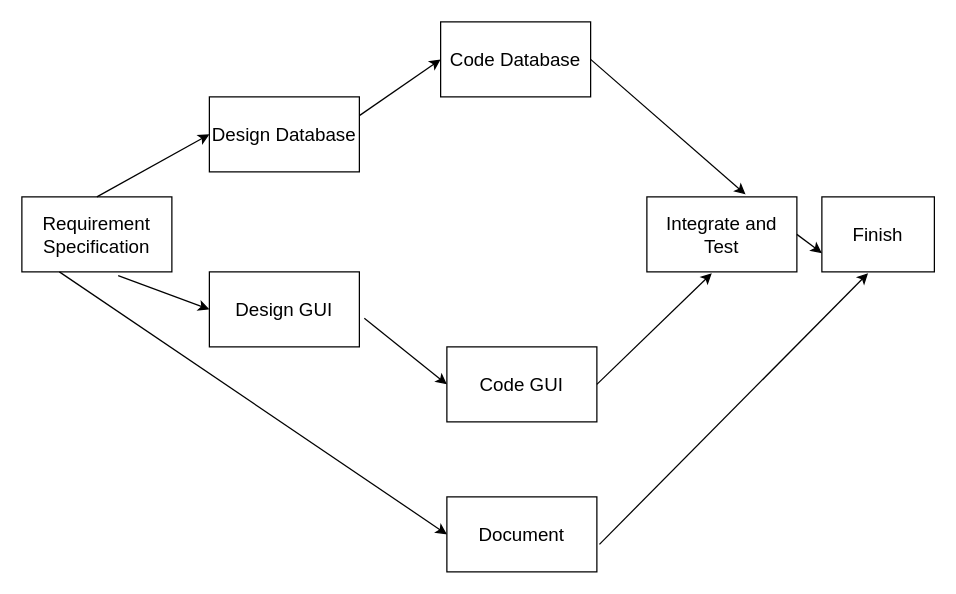
The draw.io diagram diagrams/ActivityDiagram.drawio in O-alpha/SE-LAB, before the edit. Source tidied: cells renumbered, new cells numbered last; positions are measured from the earlier drawing's top-left corner, leaving out a move shared by most shapes. Both pictures are drawn from the tidied source at 125%, with x=0, y=0 at pixel (21, 21).
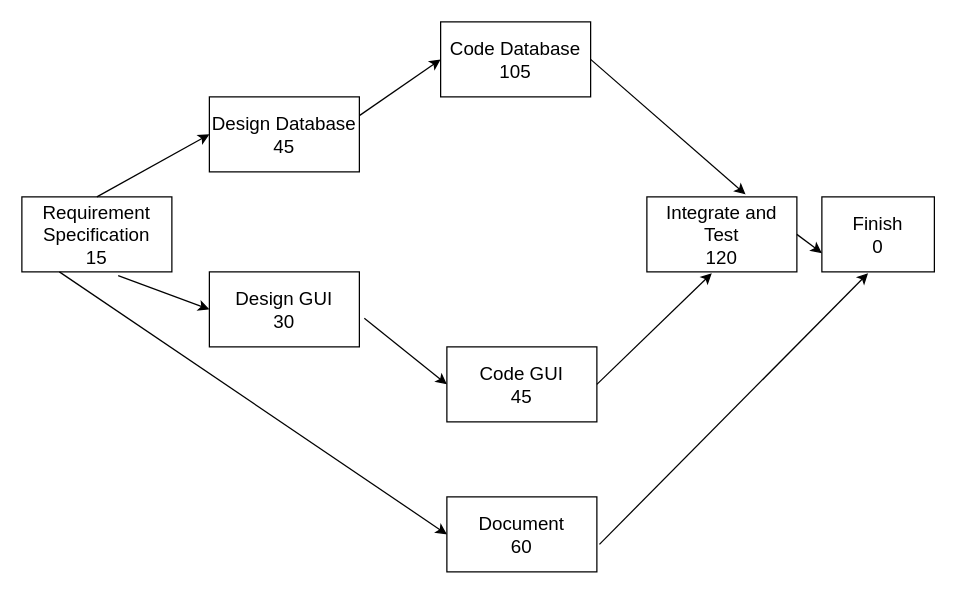
After the change.

What changed in the source:
```diff
@@
 <mxGraphModel>
   <root>
     <mxCell id="0" />
     <mxCell id="1" parent="0" />
-    <mxCell id="2" value="&lt;font style=&quot;font-size: 15px;&quot;&gt;Requirement Specification&lt;/font&gt;" style="rounded=0;whiteSpace=wrap;html=1;" parent="1" vertex="1">
+    <mxCell id="2" value="&lt;div&gt;&lt;font style=&quot;font-size: 15px;&quot;&gt;Requirement Specification&lt;/font&gt;&lt;/div&gt;&lt;div&gt;&lt;font style=&quot;font-size: 15px;&quot;&gt;15&lt;br&gt;&lt;/font&gt;&lt;/div&gt;" style="rounded=0;whiteSpace=wrap;html=1;" parent="1" vertex="1">
       <mxGeometry y="140" width="120" height="60" as="geometry" />
     </mxCell>
-    <mxCell id="3" value="Design Database" style="rounded=0;whiteSpace=wrap;html=1;fontSize=15;" parent="1" vertex="1">
+    <mxCell id="3" value="&lt;div&gt;Design Database&lt;/div&gt;&lt;div&gt;45&lt;br&gt;&lt;/div&gt;" style="rounded=0;whiteSpace=wrap;html=1;fontSize=15;" parent="1" vertex="1">
       <mxGeometry x="150" y="60" width="120" height="60" as="geometry" />
     </mxCell>
-    <mxCell id="4" value="Code Database" style="rounded=0;whiteSpace=wrap;html=1;fontSize=15;" parent="1" vertex="1">
+    <mxCell id="4" value="&lt;div&gt;Code Database&lt;/div&gt;&lt;div&gt;105&lt;br&gt;&lt;/div&gt;" style="rounded=0;whiteSpace=wrap;html=1;fontSize=15;" parent="1" vertex="1">
       <mxGeometry x="335" width="120" height="60" as="geometry" />
     </mxCell>
-    <mxCell id="5" value="Design GUI" style="rounded=0;whiteSpace=wrap;html=1;fontSize=15;" parent="1" vertex="1">
+    <mxCell id="5" value="&lt;div&gt;Design GUI&lt;/div&gt;&lt;div&gt;30&lt;br&gt;&lt;/div&gt;" style="rounded=0;whiteSpace=wrap;html=1;fontSize=15;" parent="1" vertex="1">
       <mxGeometry x="150" y="200" width="120" height="60" as="geometry" />
     </mxCell>
-    <mxCell id="6" value="Code GUI" style="rounded=0;whiteSpace=wrap;html=1;fontSize=15;" parent="1" vertex="1">
+    <mxCell id="6" value="&lt;div&gt;Code GUI&lt;/div&gt;&lt;div&gt;45&lt;br&gt;&lt;/div&gt;" style="rounded=0;whiteSpace=wrap;html=1;fontSize=15;" parent="1" vertex="1">
       <mxGeometry x="340" y="260" width="120" height="60" as="geometry" />
     </mxCell>
-    <mxCell id="7" value="&lt;div&gt;Integrate and&lt;/div&gt;&lt;div&gt;Test&lt;br&gt;&lt;/div&gt;" style="rounded=0;whiteSpace=wrap;html=1;fontSize=15;" parent="1" vertex="1">
+    <mxCell id="7" value="&lt;div&gt;Integrate and&lt;/div&gt;&lt;div&gt;Test&lt;/div&gt;&lt;div&gt;120&lt;br&gt;&lt;/div&gt;" style="rounded=0;whiteSpace=wrap;html=1;fontSize=15;" parent="1" vertex="1">
       <mxGeometry x="500" y="140" width="120" height="60" as="geometry" />
     </mxCell>
-    <mxCell id="8" value="Document" style="rounded=0;whiteSpace=wrap;html=1;fontSize=15;" parent="1" vertex="1">
+    <mxCell id="8" value="&lt;div&gt;Document&lt;/div&gt;&lt;div&gt;60&lt;br&gt;&lt;/div&gt;" style="rounded=0;whiteSpace=wrap;html=1;fontSize=15;" parent="1" vertex="1">
       <mxGeometry x="340" y="380" width="120" height="60" as="geometry" />
     </mxCell>
-    <mxCell id="9" value="Finish" style="rounded=0;whiteSpace=wrap;html=1;fontSize=15;" parent="1" vertex="1">
+    <mxCell id="9" value="&lt;div&gt;Finish&lt;/div&gt;&lt;div&gt;0&lt;br&gt;&lt;/div&gt;" style="rounded=0;whiteSpace=wrap;html=1;fontSize=15;" parent="1" vertex="1">
       <mxGeometry x="640" y="140" width="90" height="60" as="geometry" />
     </mxCell>
     <mxCell id="10" style="endArrow=classic;html=1;rounded=0;fontSize=15;entryX=0;entryY=0.5;entryDx=0;entryDy=0;exitX=0.5;exitY=0;exitDx=0;exitDy=0;" parent="1" edge="1" source="2" target="3">
       <mxGeometry relative="1" as="geometry" />
     </mxCell>
     <mxCell id="11" style="endArrow=classic;html=1;rounded=0;fontSize=15;exitX=0.642;exitY=1.05;exitDx=0;exitDy=0;exitPerimeter=0;entryX=0;entryY=0.5;entryDx=0;entryDy=0;" parent="1" edge="1" source="2" target="5">
       <mxGeometry relative="1" as="geometry" />
     </mxCell>
     <mxCell id="12" style="endArrow=classic;html=1;rounded=0;fontSize=15;entryX=0;entryY=0.5;entryDx=0;entryDy=0;exitX=1;exitY=0.25;exitDx=0;exitDy=0;" parent="1" edge="1" source="3" target="4">
       <mxGeometry relative="1" as="geometry" />
     </mxCell>
     <mxCell id="13" style="endArrow=classic;html=1;rounded=0;fontSize=15;exitX=1;exitY=0.5;exitDx=0;exitDy=0;entryX=0.658;entryY=-0.033;entryDx=0;entryDy=0;entryPerimeter=0;" parent="1" edge="1" source="4" target="7">
       <mxGeometry relative="1" as="geometry" />
     </mxCell>
     <mxCell id="14" style="endArrow=classic;html=1;rounded=0;fontSize=15;entryX=0.433;entryY=1.017;entryDx=0;entryDy=0;entryPerimeter=0;exitX=1;exitY=0.5;exitDx=0;exitDy=0;" parent="1" edge="1" source="6" target="7">
       <mxGeometry relative="1" as="geometry" />
     </mxCell>
     <mxCell id="15" style="endArrow=classic;html=1;rounded=0;fontSize=15;entryX=0;entryY=0.5;entryDx=0;entryDy=0;exitX=1.033;exitY=0.617;exitDx=0;exitDy=0;exitPerimeter=0;" parent="1" edge="1" source="5" target="6">
       <mxGeometry relative="1" as="geometry" />
     </mxCell>
     <mxCell id="16" style="endArrow=classic;html=1;rounded=0;fontSize=15;entryX=0;entryY=0.75;entryDx=0;entryDy=0;exitX=1;exitY=0.5;exitDx=0;exitDy=0;" parent="1" edge="1" source="7" target="9">
       <mxGeometry relative="1" as="geometry" />
     </mxCell>
     <mxCell id="17" style="endArrow=classic;html=1;rounded=0;fontSize=15;exitX=0.25;exitY=1;exitDx=0;exitDy=0;entryX=0;entryY=0.5;entryDx=0;entryDy=0;" parent="1" edge="1" source="2" target="8">
       <mxGeometry relative="1" as="geometry" />
     </mxCell>
     <mxCell id="18" style="endArrow=classic;html=1;rounded=0;fontSize=15;entryX=0.411;entryY=1.017;entryDx=0;entryDy=0;entryPerimeter=0;exitX=1.017;exitY=0.633;exitDx=0;exitDy=0;exitPerimeter=0;" parent="1" edge="1" source="8" target="9">
       <mxGeometry relative="1" as="geometry" />
     </mxCell>
   </root>
 </mxGraphModel>
```
